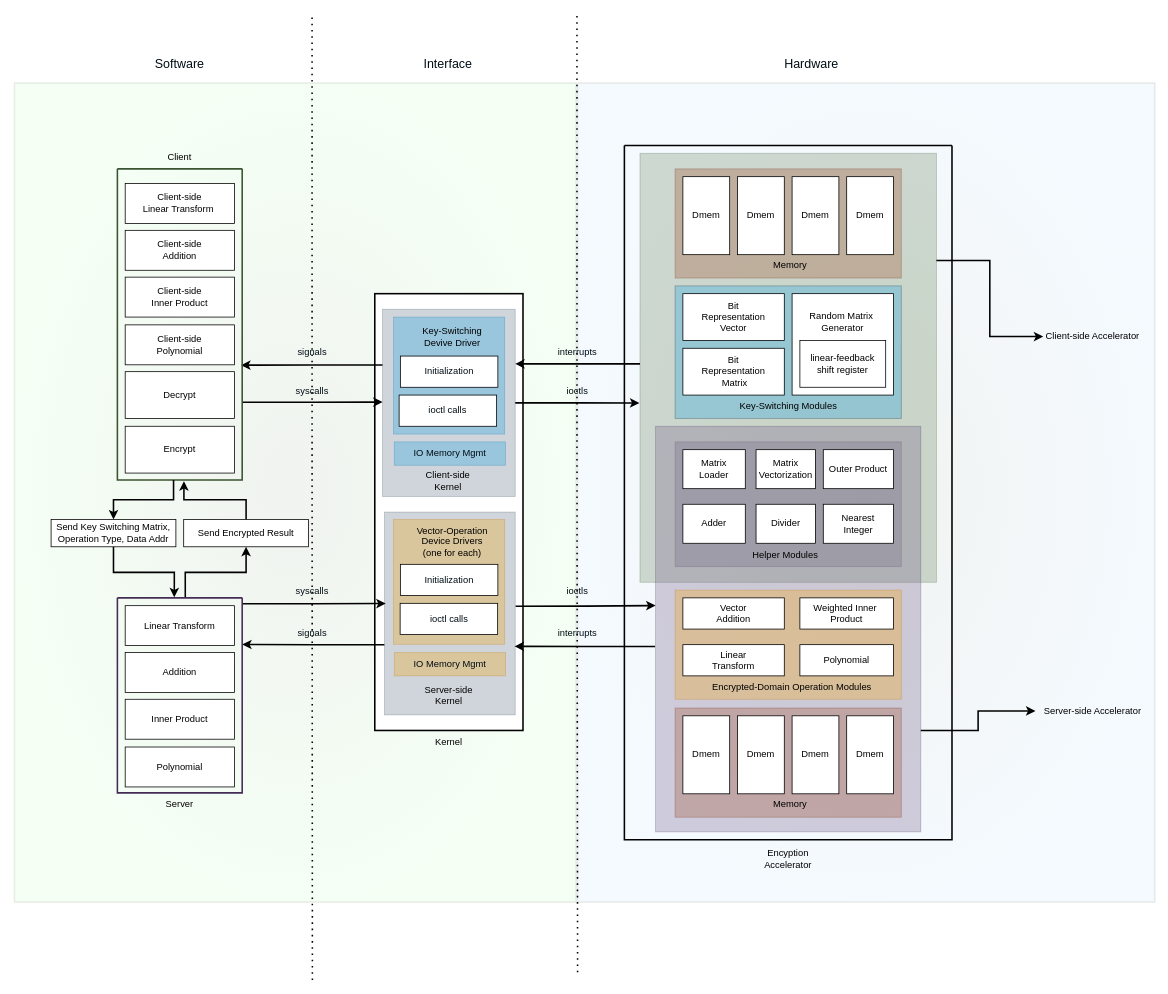
Before: Design_Overview.drawio in helloworld1921/Fully_Homomorphic_Encryption_Accelerator, a draw.io diagram. Source tidied: cells renumbered, new cells numbered last; positions are measured from the earlier drawing's top-left corner, leaving out a move shared by most shapes. Both pictures are drawn from the tidied source at 78%, with x=0, y=0 at pixel (14, 14).
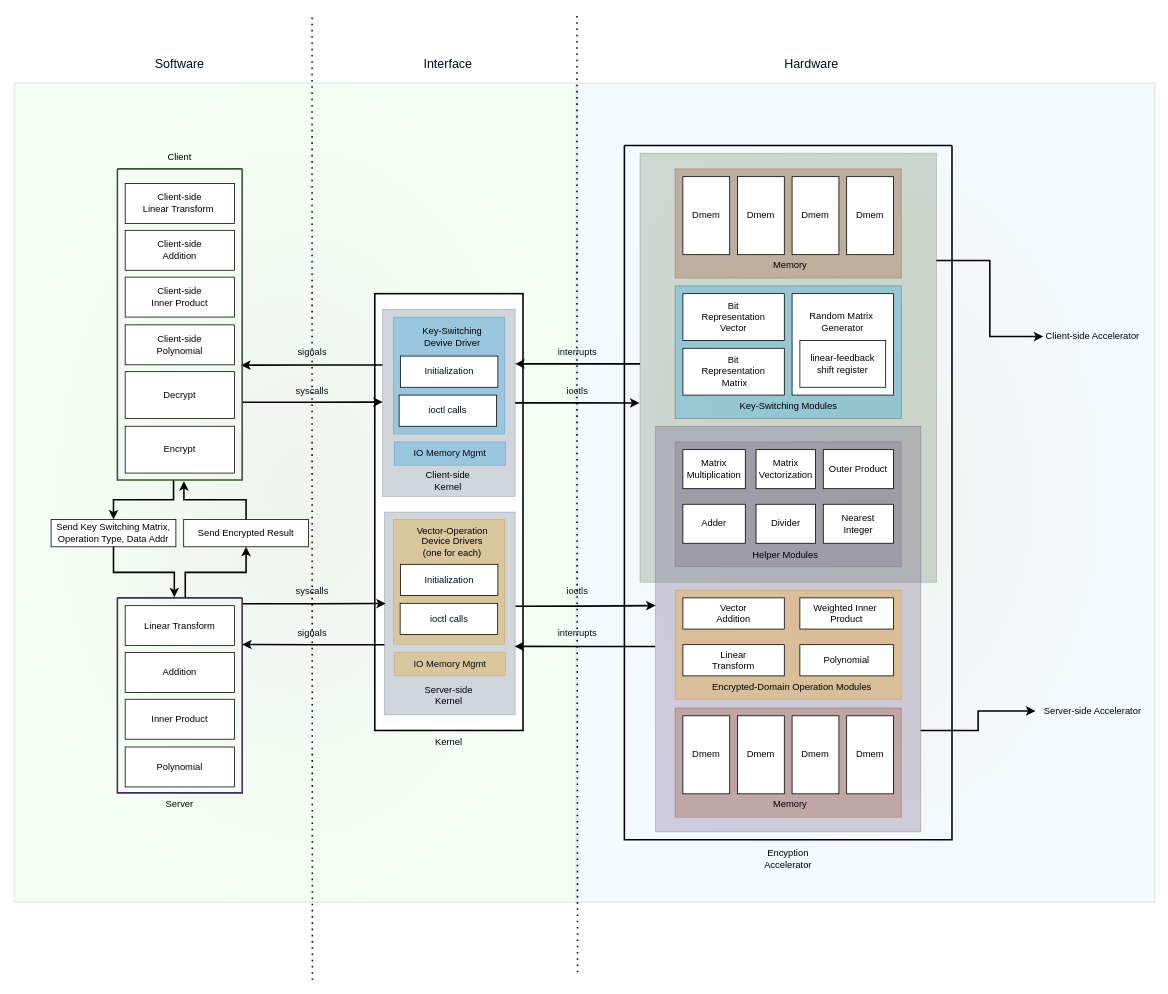
The same page after the edit.

The change refers to these unchanged cells:
```xml
<mxCell id="19" style="swimlane;startSize=0;strokeWidth=2;" parent="1" vertex="1">
  <mxGeometry x="782" y="168" width="420" height="890" as="geometry" />
</mxCell>
```

What changed in the source:
```diff
@@
-    <mxCell id="42" value="Matrix&lt;br&gt;Loader" style="rounded=0;whiteSpace=wrap;html=1;" parent="19" vertex="1">
+    <mxCell id="42" value="Matrix&lt;br&gt;Multiplication" style="rounded=0;whiteSpace=wrap;html=1;" parent="19" vertex="1">
       <mxGeometry x="75" y="390" width="80" height="50" as="geometry" />
     </mxCell>
```
